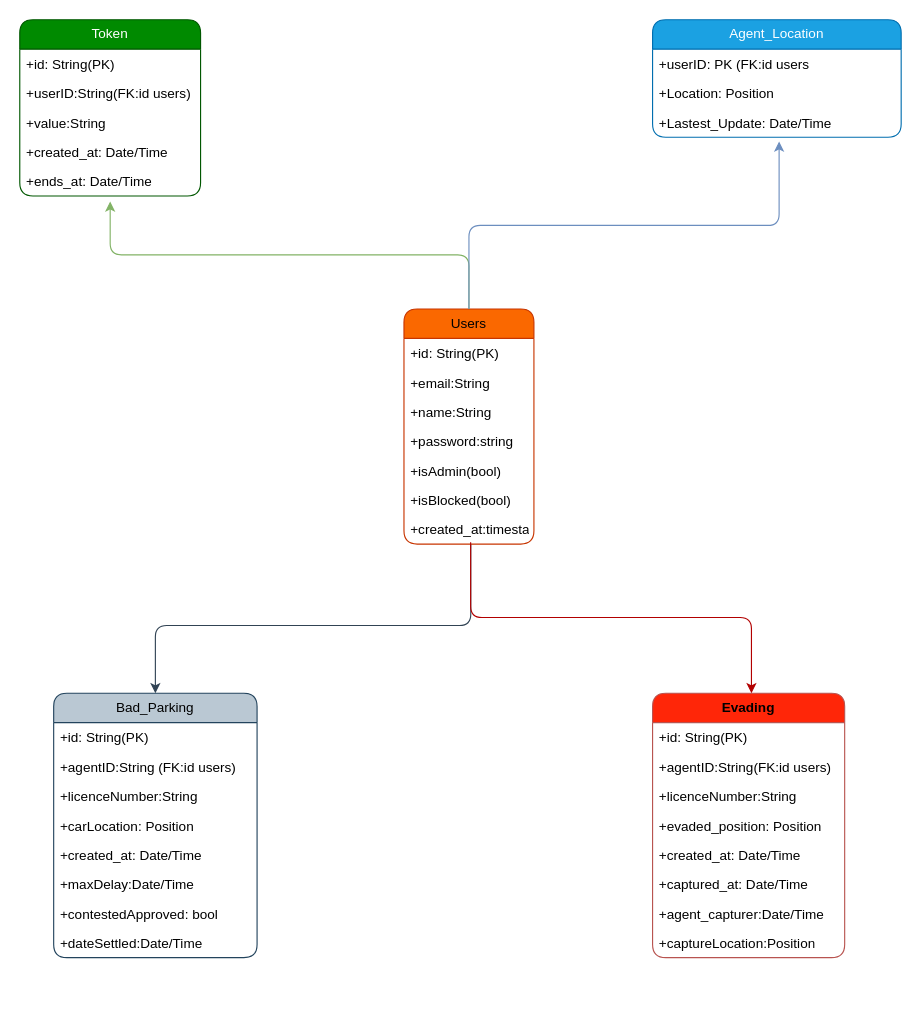
The draw.io diagram page "Database-Schema" (1 of 4) of _layout/diagrams.drawio in SaahRosine/Automated-nutrition-and-fitness-assistant-, before the edit. Source tidied: cells renumbered, new cells numbered last; positions are measured from the earlier drawing's top-left corner, leaving out a move shared by most shapes. Both pictures are drawn from the tidied source at 113%, with x=0, y=0 at pixel (19, 19).
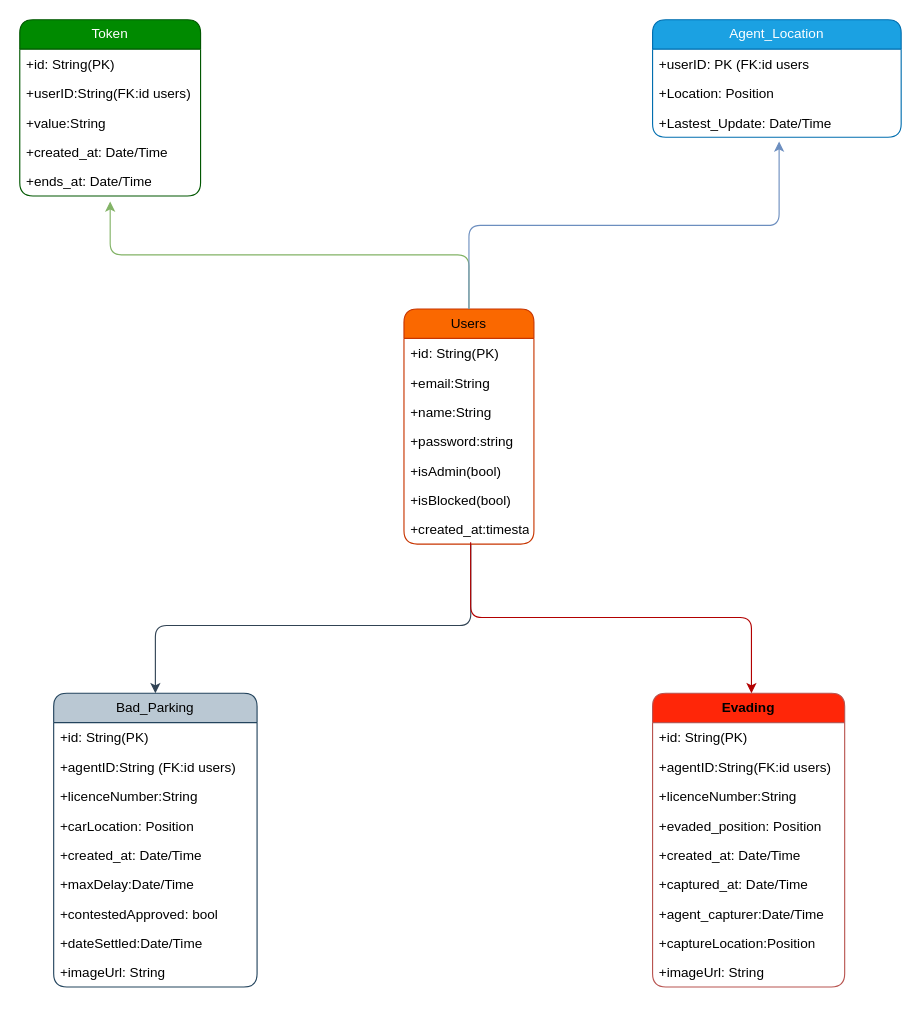
After the change.

Change to the diagram source:
```diff
@@
     <mxCell id="20" value="Bad_Parking" style="swimlane;fontStyle=0;horizontal=1;startSize=26;fillColor=#bac8d3;whiteSpace=wrap;html=1;strokeColor=#23445d;rounded=1;" parent="1" vertex="1">
-      <mxGeometry x="30" y="596" width="180" height="234" as="geometry" />
+      <mxGeometry x="30" y="596" width="180" height="260" as="geometry" />
     </mxCell>
@@
+    <mxCell id="42" value="+imageUrl: String" style="text;strokeColor=none;fillColor=none;align=left;verticalAlign=top;spacingLeft=4;spacingRight=4;overflow=hidden;whiteSpace=wrap;html=1;rounded=1;" parent="20" vertex="1">
+      <mxGeometry y="234" width="180" height="26" as="geometry" />
+    </mxCell>
     <mxCell id="29" value="&lt;font&gt;&lt;b style=&quot;&quot;&gt;Evading&lt;/b&gt;&lt;/font&gt;" style="swimlane;fontStyle=0;horizontal=1;startSize=26;fillColor=light-dark(#FF2608,#CC0000);whiteSpace=wrap;html=1;strokeColor=#b85450;rounded=1;" parent="1" vertex="1">
-      <mxGeometry x="560" y="596" width="170" height="234" as="geometry" />
+      <mxGeometry x="560" y="596" width="170" height="260" as="geometry" />
     </mxCell>
@@
+    <mxCell id="43" value="+imageUrl: String" style="text;strokeColor=none;fillColor=none;align=left;verticalAlign=top;spacingLeft=4;spacingRight=4;overflow=hidden;whiteSpace=wrap;html=1;rounded=1;" parent="29" vertex="1">
+      <mxGeometry y="234" width="170" height="26" as="geometry" />
+    </mxCell>
```
